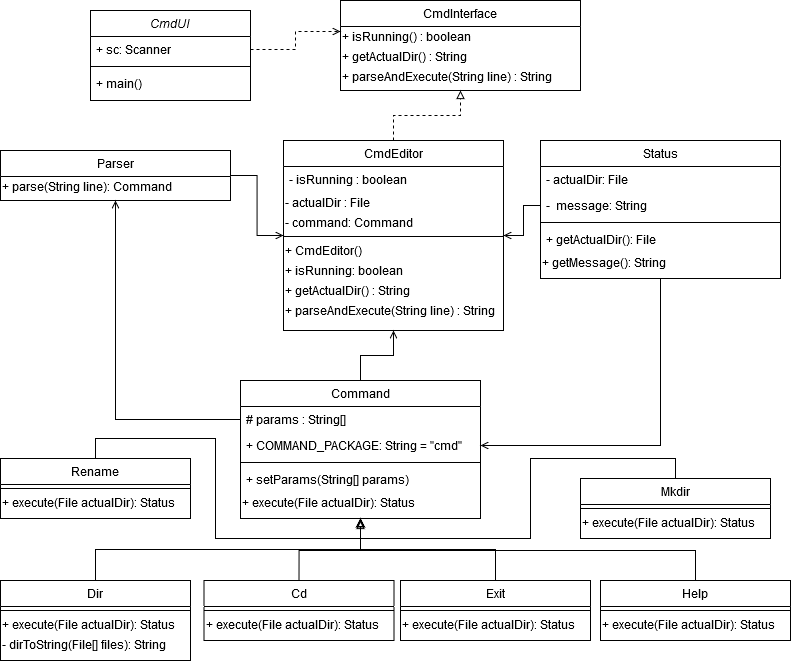
milerova-marketa/ALG2 keeps this draw.io diagram as Milerova_CMD/CMD.png. Above is the earlier version. Source tidied: cells renumbered, new cells last; positions are measured from the earlier drawing's top-left corner, leaving out a move shared by most shapes.
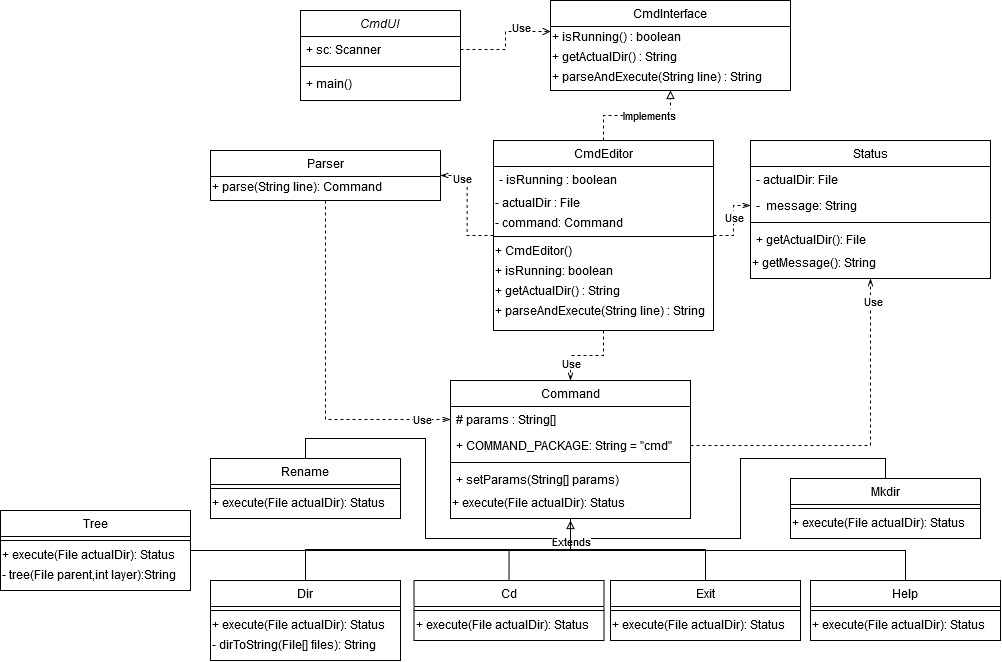
After the change.

Diff of the diagram source:
```diff
@@ -5,12 +5,21 @@
     <mxCell id="2" style="edgeStyle=orthogonalEdgeStyle;rounded=0;jettySize=auto;html=1;exitX=0.5;exitY=0;exitDx=0;exitDy=0;entryX=0.5;entryY=1;entryDx=0;entryDy=0;dashed=1;endArrow=block;endFill=0;" parent="1" edge="1" source="18" target="9">
       <mxGeometry relative="1" as="geometry" />
     </mxCell>
+    <mxCell id="65" value="Implements" style="edgeLabel;html=1;align=center;verticalAlign=middle;" parent="2" vertex="1">
+      <mxGeometry x="0.19" y="1" relative="1" as="geometry" />
+    </mxCell>
-    <mxCell id="3" style="edgeStyle=orthogonalEdgeStyle;rounded=0;jettySize=auto;html=1;entryX=1;entryY=0.5;entryDx=0;entryDy=0;startArrow=open;startFill=0;endArrow=none;endFill=0;" parent="1" edge="1" source="18" target="15">
+    <mxCell id="3" style="edgeStyle=orthogonalEdgeStyle;rounded=0;jettySize=auto;html=1;entryX=1;entryY=0.5;entryDx=0;entryDy=0;startArrow=none;startFill=0;endArrow=openThin;endFill=0;dashed=1;" parent="1" edge="1" source="18" target="15">
       <mxGeometry relative="1" as="geometry" />
     </mxCell>
+    <mxCell id="66" value="Use" style="edgeLabel;html=1;align=center;verticalAlign=middle;" parent="3" vertex="1">
+      <mxGeometry x="0.61" y="2" relative="1" as="geometry" />
+    </mxCell>
-    <mxCell id="4" style="edgeStyle=orthogonalEdgeStyle;rounded=0;jettySize=auto;html=1;entryX=0;entryY=0.5;entryDx=0;entryDy=0;startArrow=open;startFill=0;endArrow=none;endFill=0;" parent="1" edge="1" source="18" target="29">
+    <mxCell id="4" style="edgeStyle=orthogonalEdgeStyle;rounded=0;jettySize=auto;html=1;entryX=0;entryY=0.5;entryDx=0;entryDy=0;startArrow=none;startFill=0;endArrow=openThin;endFill=0;dashed=1;" parent="1" edge="1" source="18" target="29">
       <mxGeometry relative="1" as="geometry" />
     </mxCell>
+    <mxCell id="67" value="Use" style="edgeLabel;html=1;align=center;verticalAlign=middle;" parent="4" vertex="1">
+      <mxGeometry x="0.14" relative="1" as="geometry" />
+    </mxCell>
     <mxCell id="5" value="CmdUI" style="swimlane;fontStyle=2;align=center;verticalAlign=top;horizontal=1;startSize=26;rounded=0;shadow=0;strokeWidth=1;" parent="1" vertex="1">
       <mxGeometry x="90" y="10" width="160" height="90" as="geometry" />
     </mxCell>
@@ -38,18 +47,29 @@
     <mxCell id="13" style="edgeStyle=orthogonalEdgeStyle;rounded=0;jettySize=auto;html=1;entryX=0;entryY=0.25;entryDx=0;entryDy=0;startArrow=none;startFill=0;endArrow=open;endFill=0;dashed=1;" parent="1" edge="1" source="6" target="10">
       <mxGeometry relative="1" as="geometry" />
     </mxCell>
+    <mxCell id="68" value="Use" style="edgeLabel;html=1;align=center;verticalAlign=middle;" parent="13" vertex="1">
+      <mxGeometry x="0.76" relative="1" as="geometry">
+        <mxPoint x="-17.2" y="-5" as="offset" />
+      </mxGeometry>
+    </mxCell>
-    <mxCell id="14" style="edgeStyle=orthogonalEdgeStyle;rounded=0;jettySize=auto;html=1;entryX=0;entryY=0.5;entryDx=0;entryDy=0;startArrow=open;startFill=0;endArrow=none;endFill=0;" parent="1" edge="1" source="15" target="34">
+    <mxCell id="14" style="edgeStyle=orthogonalEdgeStyle;rounded=0;jettySize=auto;html=1;entryX=0;entryY=0.5;entryDx=0;entryDy=0;startArrow=none;startFill=0;endArrow=openThin;endFill=0;dashed=1;" parent="1" edge="1" source="15" target="34">
       <mxGeometry relative="1" as="geometry" />
     </mxCell>
+    <mxCell id="69" value="Use" style="edgeLabel;html=1;align=center;verticalAlign=middle;" parent="14" vertex="1">
+      <mxGeometry x="0.84" y="1" relative="1" as="geometry" />
+    </mxCell>
     <mxCell id="15" value="Parser" style="swimlane;fontStyle=0;align=center;verticalAlign=top;horizontal=1;startSize=26;rounded=0;shadow=0;strokeWidth=1;" parent="1" vertex="1">
       <mxGeometry y="150" width="230" height="50" as="geometry" />
     </mxCell>
     <mxCell id="16" value="+ parse(String line): Command" style="text;html=1;strokeColor=none;fillColor=none;align=left;verticalAlign=middle;whiteSpace=wrap;rounded=0;" parent="15" vertex="1">
       <mxGeometry y="26" width="230" height="20" as="geometry" />
     </mxCell>
-    <mxCell id="17" style="edgeStyle=orthogonalEdgeStyle;rounded=0;jettySize=auto;html=1;entryX=0.5;entryY=0;entryDx=0;entryDy=0;startArrow=open;startFill=0;endArrow=none;endFill=0;" parent="1" edge="1" source="18" target="33">
+    <mxCell id="17" style="edgeStyle=orthogonalEdgeStyle;rounded=0;jettySize=auto;html=1;entryX=0.5;entryY=0;entryDx=0;entryDy=0;startArrow=none;startFill=0;endArrow=openThin;endFill=0;dashed=1;" parent="1" edge="1" source="18" target="33">
       <mxGeometry relative="1" as="geometry" />
     </mxCell>
+    <mxCell id="70" value="Use" style="edgeLabel;html=1;align=center;verticalAlign=middle;" parent="17" vertex="1">
+      <mxGeometry x="0.57" relative="1" as="geometry" />
+    </mxCell>
     <mxCell id="18" value="CmdEditor" style="swimlane;fontStyle=0;align=center;verticalAlign=top;horizontal=1;startSize=26;rounded=0;shadow=0;strokeWidth=1;" parent="1" vertex="1">
       <mxGeometry x="283" y="140" width="220" height="190" as="geometry" />
     </mxCell>
@@ -113,7 +133,7 @@
     <mxCell id="38" value="&lt;div&gt;+ execute(File actualDir): Status&lt;br&gt;&lt;/div&gt;" style="text;html=1;strokeColor=none;fillColor=none;align=left;verticalAlign=middle;whiteSpace=wrap;rounded=0;" parent="33" vertex="1">
       <mxGeometry y="112" width="240" height="20" as="geometry" />
     </mxCell>
-    <mxCell id="39" style="edgeStyle=orthogonalEdgeStyle;rounded=0;jettySize=auto;html=1;exitX=0.5;exitY=0;exitDx=0;exitDy=0;entryX=0.5;entryY=1;entryDx=0;entryDy=0;startArrow=none;startFill=0;endArrow=block;endFill=0;" parent="1" edge="1" source="40" target="33">
+    <mxCell id="39" style="edgeStyle=orthogonalEdgeStyle;rounded=0;jettySize=auto;html=1;exitX=0.5;exitY=0;exitDx=0;exitDy=0;entryX=0.5;entryY=1;entryDx=0;entryDy=0;startArrow=none;startFill=0;endArrow=none;endFill=0;" parent="1" edge="1" source="40" target="33">
       <mxGeometry relative="1" as="geometry" />
     </mxCell>
     <mxCell id="40" value="Dir" style="swimlane;fontStyle=0;align=center;verticalAlign=top;horizontal=1;startSize=26;rounded=0;shadow=0;strokeWidth=1;" parent="1" vertex="1">
@@ -128,10 +148,10 @@
     <mxCell id="43" value="- dirToString(File[] files): String" style="text;html=1;strokeColor=none;fillColor=none;align=left;verticalAlign=middle;whiteSpace=wrap;rounded=0;" parent="40" vertex="1">
       <mxGeometry y="54" width="190" height="20" as="geometry" />
     </mxCell>
-    <mxCell id="44" style="edgeStyle=orthogonalEdgeStyle;rounded=0;jettySize=auto;html=1;exitX=0.5;exitY=0;exitDx=0;exitDy=0;entryX=0.5;entryY=1;entryDx=0;entryDy=0;startArrow=none;startFill=0;endArrow=block;endFill=0;" parent="1" edge="1" source="54" target="33">
+    <mxCell id="44" style="edgeStyle=orthogonalEdgeStyle;rounded=0;jettySize=auto;html=1;exitX=0.5;exitY=0;exitDx=0;exitDy=0;entryX=0.5;entryY=1;entryDx=0;entryDy=0;startArrow=none;startFill=0;endArrow=none;endFill=0;" parent="1" edge="1" source="54" target="33">
       <mxGeometry relative="1" as="geometry" />
     </mxCell>
-    <mxCell id="45" style="edgeStyle=orthogonalEdgeStyle;rounded=0;jettySize=auto;html=1;entryX=0.5;entryY=1;entryDx=0;entryDy=0;startArrow=none;startFill=0;endArrow=block;endFill=0;" parent="1" edge="1" source="46" target="33">
+    <mxCell id="45" style="edgeStyle=orthogonalEdgeStyle;rounded=0;jettySize=auto;html=1;entryX=0.5;entryY=1;entryDx=0;entryDy=0;startArrow=none;startFill=0;endArrow=none;endFill=0;" parent="1" edge="1" source="46" target="33">
       <mxGeometry relative="1" as="geometry" />
     </mxCell>
     <mxCell id="46" value="Exit" style="swimlane;fontStyle=0;align=center;verticalAlign=top;horizontal=1;startSize=26;rounded=0;shadow=0;strokeWidth=1;" parent="1" vertex="1">
@@ -143,7 +163,7 @@
     <mxCell id="48" value="&lt;div&gt;+ execute(File actualDir): Status&lt;br&gt;&lt;/div&gt;" style="text;html=1;strokeColor=none;fillColor=none;align=left;verticalAlign=middle;whiteSpace=wrap;rounded=0;" parent="46" vertex="1">
       <mxGeometry y="34" width="190" height="20" as="geometry" />
     </mxCell>
-    <mxCell id="49" style="edgeStyle=orthogonalEdgeStyle;rounded=0;jettySize=auto;html=1;entryX=0.5;entryY=1;entryDx=0;entryDy=0;startArrow=none;startFill=0;endArrow=block;endFill=0;" parent="1" edge="1" source="50" target="33">
+    <mxCell id="49" style="edgeStyle=orthogonalEdgeStyle;rounded=0;jettySize=auto;html=1;entryX=0.5;entryY=1;entryDx=0;entryDy=0;startArrow=none;startFill=0;endArrow=none;endFill=0;" parent="1" edge="1" source="50" target="33">
       <mxGeometry relative="1" as="geometry">
         <Array as="points">
           <mxPoint x="695" y="550" />
@@ -160,9 +180,12 @@
     <mxCell id="52" value="&lt;div&gt;+ execute(File actualDir): Status&lt;br&gt;&lt;/div&gt;" style="text;html=1;strokeColor=none;fillColor=none;align=left;verticalAlign=middle;whiteSpace=wrap;rounded=0;" parent="50" vertex="1">
       <mxGeometry y="34" width="190" height="20" as="geometry" />
     </mxCell>
-    <mxCell id="53" style="edgeStyle=orthogonalEdgeStyle;rounded=0;jettySize=auto;html=1;entryX=0.5;entryY=1;entryDx=0;entryDy=0;startArrow=open;startFill=0;endArrow=none;endFill=0;" parent="1" edge="1" source="35" target="27">
+    <mxCell id="53" style="edgeStyle=orthogonalEdgeStyle;rounded=0;jettySize=auto;html=1;entryX=0.5;entryY=1;entryDx=0;entryDy=0;startArrow=none;startFill=0;endArrow=openThin;endFill=0;dashed=1;" parent="1" edge="1" source="35" target="27">
       <mxGeometry relative="1" as="geometry" />
     </mxCell>
+    <mxCell id="71" value="Use" style="edgeLabel;html=1;align=center;verticalAlign=middle;" parent="53" vertex="1">
+      <mxGeometry x="0.87" y="-2" relative="1" as="geometry" />
+    </mxCell>
     <mxCell id="54" value="Rename" style="swimlane;fontStyle=0;align=center;verticalAlign=top;horizontal=1;startSize=26;rounded=0;shadow=0;strokeWidth=1;" parent="1" vertex="1">
       <mxGeometry y="458" width="190" height="60" as="geometry" />
     </mxCell>
@@ -172,7 +195,7 @@
     <mxCell id="56" value="&lt;div&gt;+ execute(File actualDir): Status&lt;br&gt;&lt;/div&gt;" style="text;html=1;strokeColor=none;fillColor=none;align=left;verticalAlign=middle;whiteSpace=wrap;rounded=0;" parent="54" vertex="1">
       <mxGeometry y="34" width="190" height="20" as="geometry" />
     </mxCell>
-    <mxCell id="57" style="edgeStyle=orthogonalEdgeStyle;rounded=0;jettySize=auto;html=1;exitX=0.5;exitY=0;exitDx=0;exitDy=0;entryX=0.5;entryY=1;entryDx=0;entryDy=0;startArrow=none;startFill=0;endArrow=block;endFill=0;" parent="1" edge="1" source="58" target="33">
+    <mxCell id="57" style="edgeStyle=orthogonalEdgeStyle;rounded=0;jettySize=auto;html=1;exitX=0.5;exitY=0;exitDx=0;exitDy=0;entryX=0.5;entryY=1;entryDx=0;entryDy=0;startArrow=none;startFill=0;endArrow=none;endFill=0;" parent="1" edge="1" source="58" target="33">
       <mxGeometry relative="1" as="geometry" />
     </mxCell>
     <mxCell id="58" value="Mkdir" style="swimlane;fontStyle=0;align=center;verticalAlign=top;horizontal=1;startSize=26;rounded=0;shadow=0;strokeWidth=1;" parent="1" vertex="1">
@@ -198,5 +221,27 @@
         <mxPoint x="360" y="520" as="targetPoint" />
       </mxGeometry>
     </mxCell>
+    <mxCell id="72" value="Extends" style="edgeLabel;html=1;align=center;verticalAlign=middle;" parent="64" vertex="1">
+      <mxGeometry x="0.67" relative="1" as="geometry" />
+    </mxCell>
+    <mxCell id="73" style="edgeStyle=orthogonalEdgeStyle;rounded=0;jettySize=auto;html=1;startArrow=none;startFill=0;endArrow=none;endFill=0;" parent="1" edge="1" source="74" target="33">
+      <mxGeometry relative="1" as="geometry">
+        <Array as="points">
+          <mxPoint x="360" y="550" />
+        </Array>
+      </mxGeometry>
+    </mxCell>
+    <mxCell id="74" value="Tree" style="swimlane;fontStyle=0;align=center;verticalAlign=top;horizontal=1;startSize=26;rounded=0;shadow=0;strokeWidth=1;" parent="1" vertex="1">
+      <mxGeometry x="-210" y="510" width="190" height="80" as="geometry" />
+    </mxCell>
+    <mxCell id="75" style="line;html=1;strokeWidth=1;align=left;verticalAlign=middle;spacingTop=-1;spacingLeft=3;spacingRight=3;labelPosition=right;" parent="74" vertex="1">
+      <mxGeometry y="26" width="190" height="8" as="geometry" />
+    </mxCell>
+    <mxCell id="76" value="&lt;div&gt;+ execute(File actualDir): Status&lt;br&gt;&lt;/div&gt;" style="text;html=1;strokeColor=none;fillColor=none;align=left;verticalAlign=middle;whiteSpace=wrap;rounded=0;" parent="74" vertex="1">
+      <mxGeometry y="34" width="190" height="20" as="geometry" />
+    </mxCell>
+    <mxCell id="77" value="- tree(File parent,int layer):String" style="text;html=1;strokeColor=none;fillColor=none;align=left;verticalAlign=middle;whiteSpace=wrap;rounded=0;" parent="74" vertex="1">
+      <mxGeometry y="54" width="190" height="20" as="geometry" />
+    </mxCell>
   </root>
 </mxGraphModel>
```
